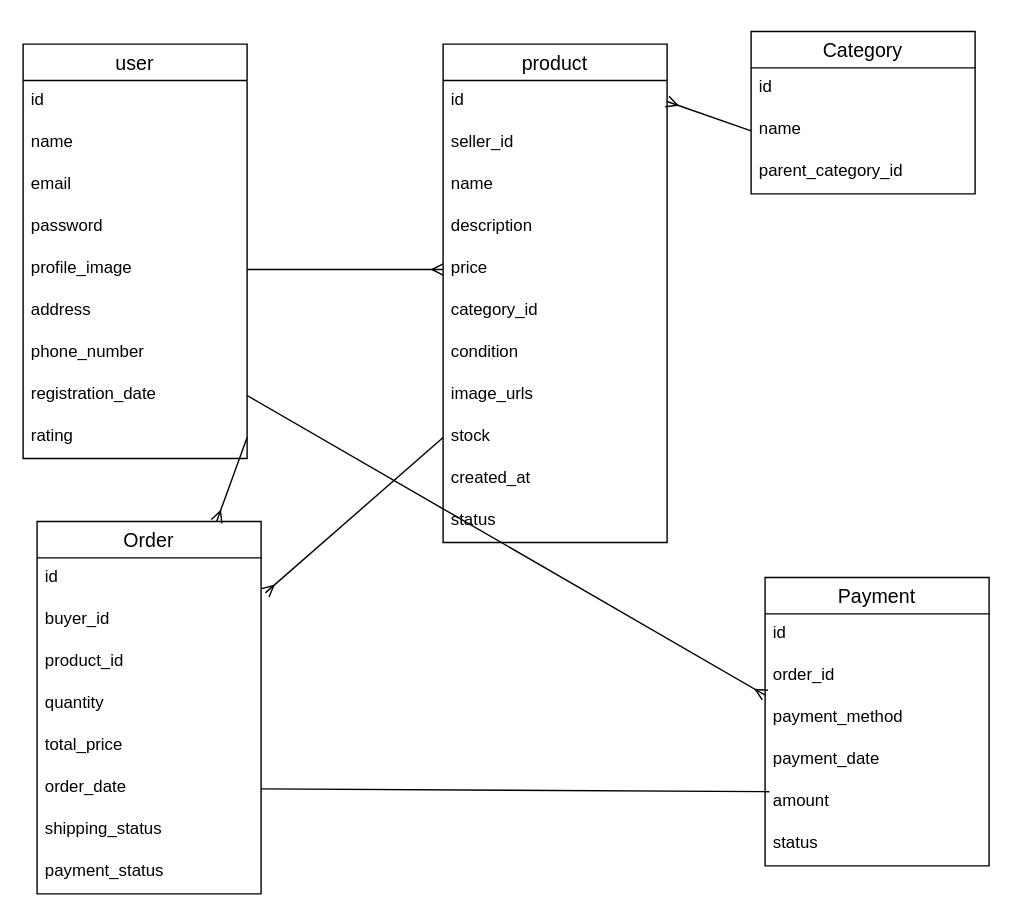
This is test.dio from Renhello112/furima-40536, a draw.io file, before an edit. Source tidied: cells renumbered, new cells numbered last; positions are measured from the earlier drawing's top-left corner, leaving out a move shared by most shapes. Both pictures are drawn from the tidied source at 140%, with x=0, y=0 at pixel (22, 31).
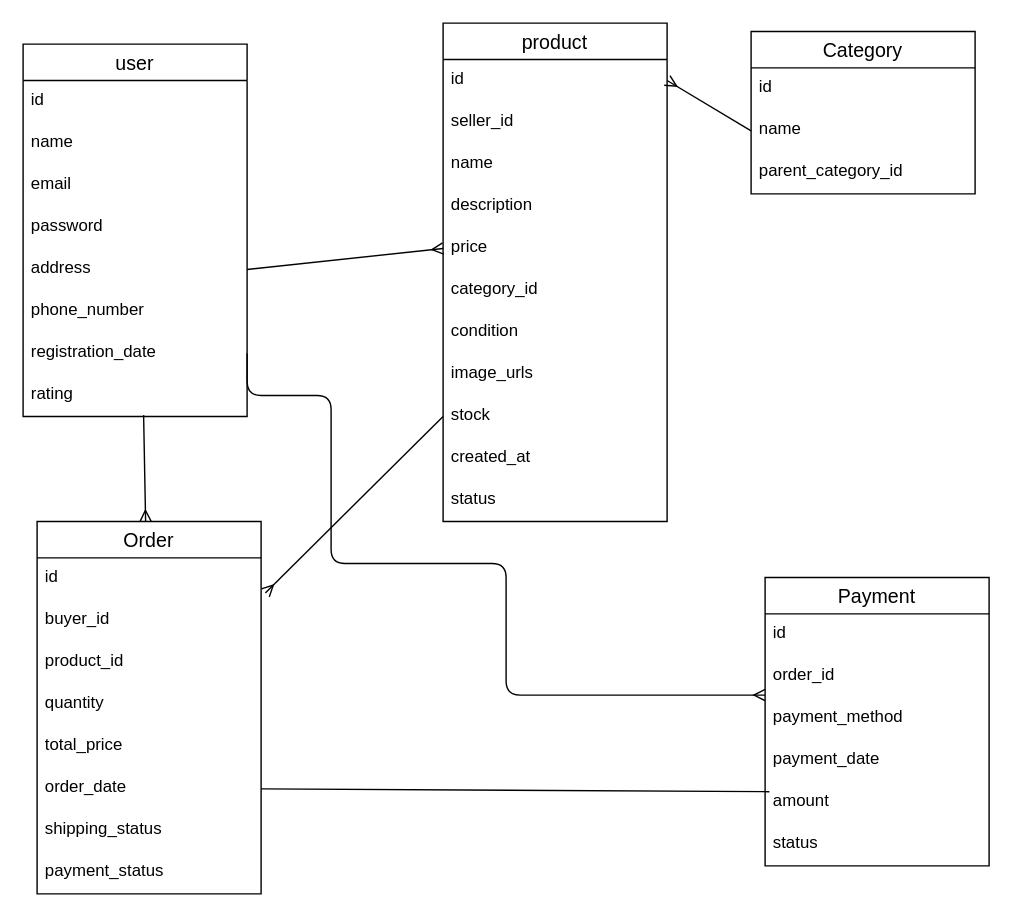
The same page after the edit.

The change refers to these unchanged cells:
```xml
<mxCell id="17" value="price" style="text;strokeColor=none;fillColor=none;spacingLeft=4;spacingRight=4;overflow=hidden;points=[[0,0.5],[1,0.5]];portConstraint=eastwest;fontSize=12;" parent="12" vertex="1">
  <mxGeometry y="146" width="160" height="30" as="geometry" />
</mxCell>
<mxCell id="28" value="Order" style="swimlane;fontStyle=0;horizontal=1;startSize=26;align=center;fontSize=14;" parent="1" vertex="1">
  <mxGeometry x="10" y="350" width="160" height="266" as="geometry" />
</mxCell>
<mxCell id="39" value="order_id" style="text;strokeColor=none;fillColor=none;spacingLeft=4;spacingRight=4;overflow=hidden;points=[[0,0.5],[1,0.5]];portConstraint=eastwest;fontSize=12;" parent="37" vertex="1">
  <mxGeometry y="56" width="160" height="30" as="geometry" />
</mxCell>
```

What changed in the source:
```diff
@@
     <mxCell id="2" value="user" style="swimlane;fontStyle=0;horizontal=1;startSize=26;align=center;fontSize=14;" parent="1" vertex="1">
-      <mxGeometry y="9" width="160" height="296" as="geometry" />
+      <mxGeometry y="9" width="160" height="266" as="geometry" />
     </mxCell>
@@
-    <mxCell id="7" value="profile_image" style="text;strokeColor=none;fillColor=none;spacingLeft=4;spacingRight=4;overflow=hidden;points=[[0,0.5],[1,0.5]];portConstraint=eastwest;fontSize=12;" parent="2" vertex="1">
-      <mxGeometry y="146" width="160" height="30" as="geometry" />
-    </mxCell>
     <mxCell id="8" value="address&#10;" style="text;strokeColor=none;fillColor=none;spacingLeft=4;spacingRight=4;overflow=hidden;fontSize=12;" parent="2" vertex="1">
-      <mxGeometry y="176" width="160" height="30" as="geometry" />
+      <mxGeometry y="146" width="160" height="30" as="geometry" />
     </mxCell>
     <mxCell id="9" value="phone_number" style="text;strokeColor=none;fillColor=none;spacingLeft=4;spacingRight=4;overflow=hidden;fontSize=12;" parent="2" vertex="1">
-      <mxGeometry y="206" width="160" height="30" as="geometry" />
+      <mxGeometry y="176" width="160" height="30" as="geometry" />
     </mxCell>
     <mxCell id="10" value="registration_date" style="text;strokeColor=none;fillColor=none;spacingLeft=4;spacingRight=4;overflow=hidden;points=[[0,0.5],[1,0.5]];portConstraint=eastwest;fontSize=12;" parent="2" vertex="1">
-      <mxGeometry y="236" width="160" height="30" as="geometry" />
+      <mxGeometry y="206" width="160" height="30" as="geometry" />
     </mxCell>
     <mxCell id="11" value="rating" style="text;strokeColor=none;fillColor=none;spacingLeft=4;spacingRight=4;overflow=hidden;points=[[0,0.5],[1,0.5]];portConstraint=eastwest;fontSize=12;" parent="2" vertex="1">
-      <mxGeometry y="266" width="160" height="30" as="geometry" />
+      <mxGeometry y="236" width="160" height="30" as="geometry" />
     </mxCell>
     <mxCell id="12" value="product" style="swimlane;fontStyle=0;horizontal=1;startSize=26;align=center;fontSize=14;" parent="1" vertex="1">
-      <mxGeometry x="300" y="9" width="160" height="356" as="geometry" />
+      <mxGeometry x="300" y="-6" width="160" height="356" as="geometry" />
     </mxCell>
@@
-    <mxCell id="44" style="edgeStyle=none;html=1;exitX=1;exitY=0.5;exitDx=0;exitDy=0;entryX=0;entryY=0.5;entryDx=0;entryDy=0;rounded=1;endArrow=ERmany;endFill=0;" parent="1" edge="1" source="7" target="17">
-      <mxGeometry relative="1" as="geometry" />
+    <mxCell id="44" style="html=1;exitX=1;exitY=0.5;exitDx=0;exitDy=0;entryX=0;entryY=0.5;entryDx=0;entryDy=0;rounded=1;endArrow=ERmany;endFill=0;" parent="1" edge="1" target="17">
+      <mxGeometry relative="1" as="geometry">
+        <mxPoint x="160" y="170" as="sourcePoint" />
+      </mxGeometry>
     </mxCell>
-    <mxCell id="45" style="edgeStyle=none;rounded=1;html=1;exitX=1;exitY=0.5;exitDx=0;exitDy=0;endArrow=ERmany;endFill=0;" parent="1" edge="1" source="11" target="28">
+    <mxCell id="45" style="edgeStyle=none;rounded=1;html=1;exitX=0.538;exitY=0.967;exitDx=0;exitDy=0;endArrow=ERmany;endFill=0;exitPerimeter=0;" parent="1" edge="1" source="11" target="28">
       <mxGeometry relative="1" as="geometry" />
     </mxCell>
-    <mxCell id="46" style="edgeStyle=none;rounded=1;html=1;exitX=1;exitY=0.5;exitDx=0;exitDy=0;entryX=0;entryY=0.933;entryDx=0;entryDy=0;entryPerimeter=0;endArrow=ERmany;endFill=0;" parent="1" edge="1" source="10" target="39">
-      <mxGeometry relative="1" as="geometry" />
+    <mxCell id="46" style="edgeStyle=orthogonalEdgeStyle;rounded=1;html=1;exitX=1;exitY=0.5;exitDx=0;exitDy=0;entryX=0;entryY=0.933;entryDx=0;entryDy=0;entryPerimeter=0;endArrow=ERmany;endFill=0;" parent="1" edge="1" source="10" target="39">
+      <mxGeometry relative="1" as="geometry">
+        <Array as="points">
+          <mxPoint x="220" y="260" />
+          <mxPoint x="220" y="380" />
+          <mxPoint x="345" y="380" />
+          <mxPoint x="345" y="474" />
+        </Array>
+      </mxGeometry>
     </mxCell>
```
